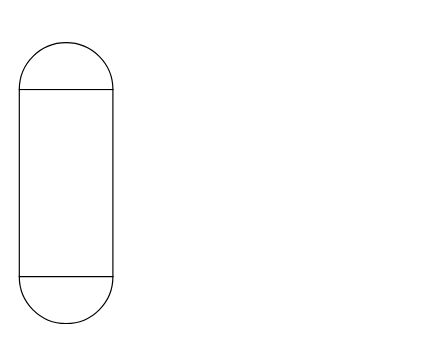
The draw.io diagram 热力线图.drawio in Arielwithoutoven/Odds, before the edit. Source tidied: cells renumbered, new cells numbered last; positions are measured from the earlier drawing's top-left corner, leaving out a move shared by most shapes. Both pictures are drawn from the tidied source at 117%, with x=0, y=0 at pixel (19, 42).
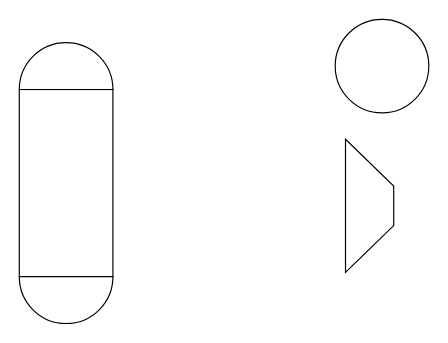
The same page after the edit.

Change to the diagram source:
```diff
@@
 <mxGraphModel>
   <root>
     <mxCell id="0" />
     <mxCell id="1" parent="0" />
     <mxCell id="2" style="rounded=0;whiteSpace=wrap;html=1;" parent="1" vertex="1">
       <mxGeometry y="40" width="80" height="160" as="geometry" />
     </mxCell>
     <mxCell id="3" style="verticalLabelPosition=bottom;verticalAlign=top;html=1;shape=mxgraph.basic.half_circle;" parent="1" vertex="1">
       <mxGeometry y="200" width="80" height="40" as="geometry" />
     </mxCell>
     <mxCell id="4" style="verticalLabelPosition=bottom;verticalAlign=top;html=1;shape=mxgraph.basic.half_circle;rotation=-180;" parent="1" vertex="1">
       <mxGeometry width="80" height="40" as="geometry" />
     </mxCell>
+    <mxCell id="5" style="ellipse;whiteSpace=wrap;html=1;" parent="1" vertex="1">
+      <mxGeometry x="270" y="-20" width="80" height="80" as="geometry" />
+    </mxCell>
+    <mxCell id="6" style="shape=trapezoid;perimeter=trapezoidPerimeter;whiteSpace=wrap;html=1;fixedSize=1;rotation=90;size=40;" parent="1" vertex="1">
+      <mxGeometry x="242.5" y="118.8" width="113.8" height="41.2" as="geometry" />
+    </mxCell>
   </root>
 </mxGraphModel>
```
